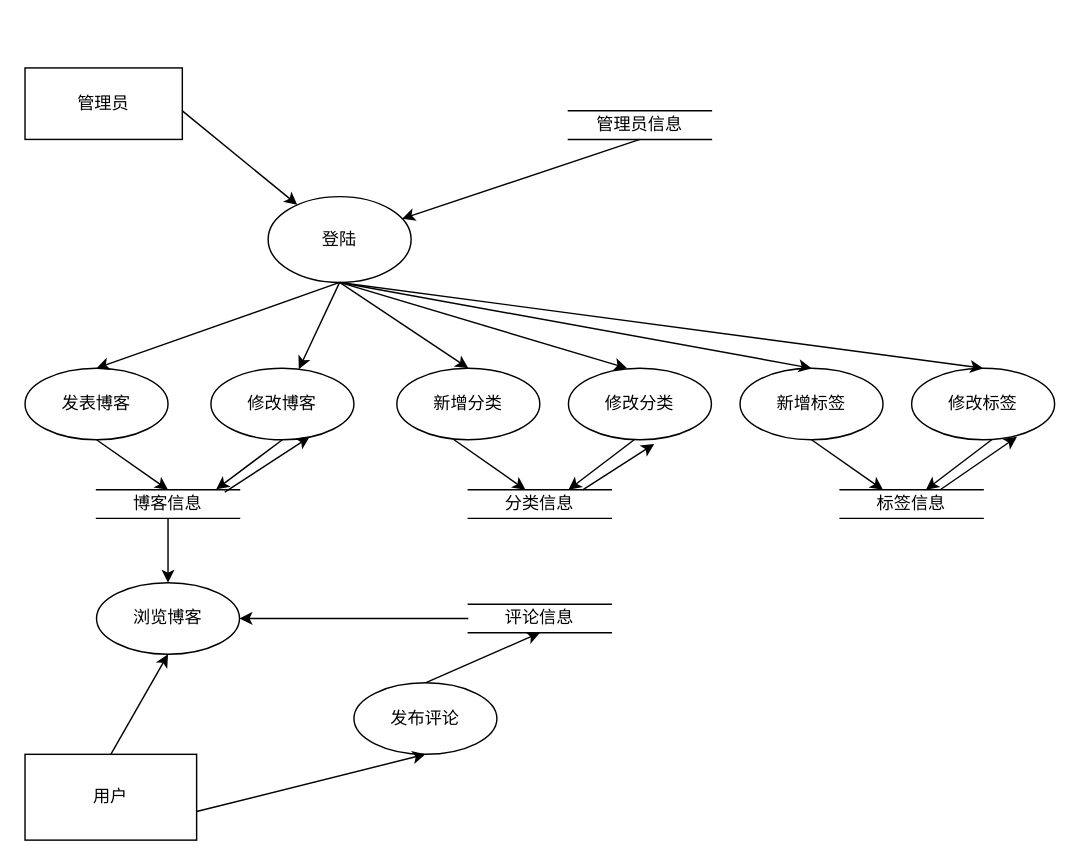
Above: 未命名绘图.drawio in zyl-2000/draw (draw.io), before the change. Source tidied: cells renumbered, new cells numbered last; positions are measured from the earlier drawing's top-left corner, leaving out a move shared by most shapes. Both pictures are drawn from the tidied source at 143%, with x=0, y=0 at pixel (24, 67).
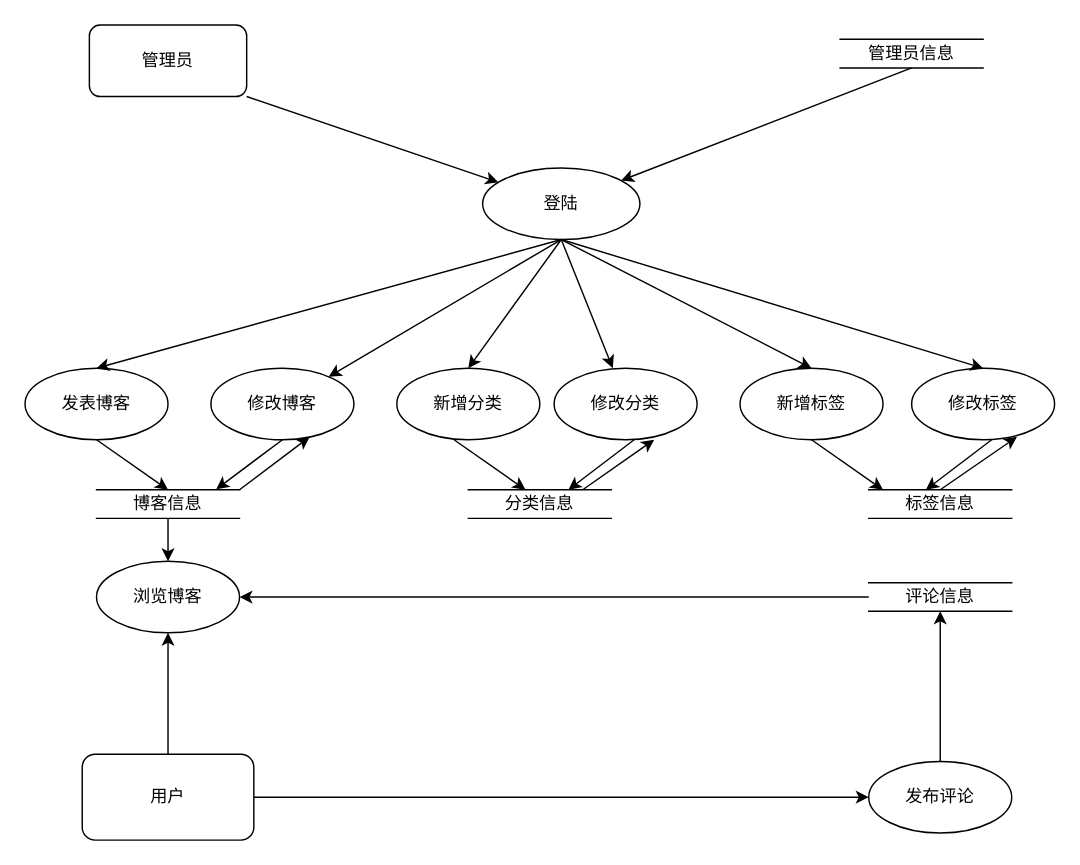
After the change.

Commit message:
博客系统数据流图.drawio

Diff of the diagram source:
```diff
@@
-    <mxCell id="2" value="管理员" style="html=1;whiteSpace=wrap;" parent="1" vertex="1">
-      <mxGeometry width="110" height="50" as="geometry" />
+    <mxCell id="2" value="管理员" style="html=1;whiteSpace=wrap;rounded=1;" parent="1" vertex="1">
+      <mxGeometry x="45" y="-30" width="110" height="50" as="geometry" />
     </mxCell>
-    <mxCell id="3" value="登陆" style="ellipse;whiteSpace=wrap;html=1;" parent="1" vertex="1">
-      <mxGeometry x="170" y="90" width="100" height="60" as="geometry" />
+    <mxCell id="3" value="登陆" style="ellipse;whiteSpace=wrap;html=1;rounded=1;" parent="1" vertex="1">
+      <mxGeometry x="320" y="70" width="110" height="50" as="geometry" />
     </mxCell>
-    <mxCell id="4" value="发表博客" style="ellipse;whiteSpace=wrap;html=1;" parent="1" vertex="1">
+    <mxCell id="4" value="发表博客" style="ellipse;whiteSpace=wrap;html=1;rounded=1;" parent="1" vertex="1">
       <mxGeometry y="210" width="100" height="50" as="geometry" />
     </mxCell>
-    <mxCell id="5" value="修改博客" style="ellipse;whiteSpace=wrap;html=1;" parent="1" vertex="1">
+    <mxCell id="5" value="修改博客" style="ellipse;whiteSpace=wrap;html=1;rounded=1;" parent="1" vertex="1">
       <mxGeometry x="130" y="210" width="100" height="50" as="geometry" />
     </mxCell>
-    <mxCell id="6" value="新增分类" style="ellipse;whiteSpace=wrap;html=1;" parent="1" vertex="1">
+    <mxCell id="6" value="新增分类" style="ellipse;whiteSpace=wrap;html=1;rounded=1;" parent="1" vertex="1">
       <mxGeometry x="260" y="210" width="100" height="50" as="geometry" />
     </mxCell>
-    <mxCell id="7" value="修改分类" style="ellipse;whiteSpace=wrap;html=1;" parent="1" vertex="1">
-      <mxGeometry x="380" y="210" width="100" height="50" as="geometry" />
+    <mxCell id="7" value="修改分类" style="ellipse;whiteSpace=wrap;html=1;rounded=1;" parent="1" vertex="1">
+      <mxGeometry x="370" y="210" width="100" height="50" as="geometry" />
     </mxCell>
-    <mxCell id="8" value="新增标签" style="ellipse;whiteSpace=wrap;html=1;" parent="1" vertex="1">
+    <mxCell id="8" value="新增标签" style="ellipse;whiteSpace=wrap;html=1;rounded=1;" parent="1" vertex="1">
       <mxGeometry x="500" y="210" width="100" height="50" as="geometry" />
     </mxCell>
-    <mxCell id="9" value="修改标签" style="ellipse;whiteSpace=wrap;html=1;" parent="1" vertex="1">
+    <mxCell id="9" value="修改标签" style="ellipse;whiteSpace=wrap;html=1;rounded=1;" parent="1" vertex="1">
       <mxGeometry x="620" y="210" width="100" height="50" as="geometry" />
     </mxCell>
-    <mxCell id="10" value="博客信息" style="shape=partialRectangle;whiteSpace=wrap;html=1;left=0;right=0;fillColor=none;" parent="1" vertex="1">
+    <mxCell id="10" value="博客信息" style="shape=partialRectangle;whiteSpace=wrap;html=1;left=0;right=0;fillColor=none;rounded=1;" parent="1" vertex="1">
       <mxGeometry x="50" y="295" width="100" height="20" as="geometry" />
     </mxCell>
-    <mxCell id="11" value="标签信息" style="shape=partialRectangle;whiteSpace=wrap;html=1;left=0;right=0;fillColor=none;" parent="1" vertex="1">
-      <mxGeometry x="570" y="295" width="100" height="20" as="geometry" />
+    <mxCell id="11" value="标签信息" style="shape=partialRectangle;whiteSpace=wrap;html=1;left=0;right=0;fillColor=none;rounded=1;" parent="1" vertex="1">
+      <mxGeometry x="590" y="295" width="100" height="20" as="geometry" />
     </mxCell>
-    <mxCell id="12" value="分类信息" style="shape=partialRectangle;whiteSpace=wrap;html=1;left=0;right=0;fillColor=none;" parent="1" vertex="1">
+    <mxCell id="12" value="分类信息" style="shape=partialRectangle;whiteSpace=wrap;html=1;left=0;right=0;fillColor=none;rounded=1;" parent="1" vertex="1">
       <mxGeometry x="310" y="295" width="100" height="20" as="geometry" />
     </mxCell>
-    <mxCell id="13" style="endArrow=classic;html=1;rounded=0;" parent="1" edge="1" target="3">
-      <mxGeometry relative="1" as="geometry">
-        <mxPoint x="110" y="30" as="sourcePoint" />
-      </mxGeometry>
+    <mxCell id="13" style="endArrow=classic;html=1;rounded=1;exitX=1;exitY=1;exitDx=0;exitDy=0;" parent="1" edge="1" source="2" target="3">
+      <mxGeometry relative="1" as="geometry" />
     </mxCell>
-    <mxCell id="14" style="endArrow=classic;html=1;rounded=0;entryX=0.5;entryY=0;entryDx=0;entryDy=0;" parent="1" edge="1" target="4">
-      <mxGeometry relative="1" as="geometry">
-        <mxPoint x="220" y="150" as="sourcePoint" />
-      </mxGeometry>
+    <mxCell id="14" style="endArrow=classic;html=1;rounded=1;entryX=0.5;entryY=0;entryDx=0;entryDy=0;exitX=0.5;exitY=1;exitDx=0;exitDy=0;" parent="1" edge="1" source="3" target="4">
+      <mxGeometry relative="1" as="geometry" />
     </mxCell>
-    <mxCell id="15" style="endArrow=classic;html=1;rounded=0;" parent="1" edge="1" target="5">
-      <mxGeometry relative="1" as="geometry">
-        <mxPoint x="220" y="150" as="sourcePoint" />
-      </mxGeometry>
+    <mxCell id="15" style="endArrow=classic;html=1;rounded=1;exitX=0.5;exitY=1;exitDx=0;exitDy=0;" parent="1" edge="1" source="3" target="5">
+      <mxGeometry relative="1" as="geometry" />
     </mxCell>
-    <mxCell id="16" style="endArrow=classic;html=1;rounded=0;entryX=0.41;entryY=0;entryDx=0;entryDy=0;entryPerimeter=0;" parent="1" edge="1" target="7">
-      <mxGeometry relative="1" as="geometry">
-        <mxPoint x="220" y="150" as="sourcePoint" />
-      </mxGeometry>
+    <mxCell id="16" style="endArrow=classic;html=1;rounded=1;entryX=0.41;entryY=0;entryDx=0;entryDy=0;entryPerimeter=0;exitX=0.5;exitY=1;exitDx=0;exitDy=0;" parent="1" edge="1" source="3" target="7">
+      <mxGeometry relative="1" as="geometry" />
     </mxCell>
-    <mxCell id="17" style="endArrow=classic;html=1;rounded=0;entryX=0.5;entryY=0;entryDx=0;entryDy=0;exitX=0.5;exitY=1;exitDx=0;exitDy=0;" parent="1" edge="1" source="3" target="6">
+    <mxCell id="17" style="endArrow=classic;html=1;rounded=1;entryX=0.5;entryY=0;entryDx=0;entryDy=0;exitX=0.5;exitY=1;exitDx=0;exitDy=0;" parent="1" edge="1" source="3" target="6">
       <mxGeometry relative="1" as="geometry" />
     </mxCell>
-    <mxCell id="18" style="endArrow=classic;html=1;rounded=0;entryX=0.5;entryY=0;entryDx=0;entryDy=0;" parent="1" edge="1" target="9">
-      <mxGeometry relative="1" as="geometry">
-        <mxPoint x="220" y="150" as="sourcePoint" />
-      </mxGeometry>
+    <mxCell id="18" style="endArrow=classic;html=1;rounded=1;entryX=0.5;entryY=0;entryDx=0;entryDy=0;exitX=0.5;exitY=1;exitDx=0;exitDy=0;" parent="1" edge="1" source="3" target="9">
+      <mxGeometry relative="1" as="geometry" />
     </mxCell>
-    <mxCell id="19" style="endArrow=classic;html=1;rounded=0;entryX=0.5;entryY=0;entryDx=0;entryDy=0;" parent="1" edge="1" target="8">
-      <mxGeometry relative="1" as="geometry">
-        <mxPoint x="220" y="150" as="sourcePoint" />
-      </mxGeometry>
+    <mxCell id="19" style="endArrow=classic;html=1;rounded=1;entryX=0.5;entryY=0;entryDx=0;entryDy=0;exitX=0.5;exitY=1;exitDx=0;exitDy=0;" parent="1" edge="1" source="3" target="8">
+      <mxGeometry relative="1" as="geometry" />
     </mxCell>
-    <mxCell id="20" style="endArrow=classic;html=1;rounded=0;entryX=0.5;entryY=0;entryDx=0;entryDy=0;exitX=0.5;exitY=1;exitDx=0;exitDy=0;" parent="1" edge="1" source="4" target="10">
+    <mxCell id="20" style="endArrow=classic;html=1;rounded=1;entryX=0.5;entryY=0;entryDx=0;entryDy=0;exitX=0.5;exitY=1;exitDx=0;exitDy=0;" parent="1" edge="1" source="4" target="10">
       <mxGeometry relative="1" as="geometry" />
     </mxCell>
-    <mxCell id="21" style="endArrow=classic;html=1;rounded=0;entryX=0.837;entryY=-0.017;entryDx=0;entryDy=0;entryPerimeter=0;" parent="1" edge="1" target="10">
+    <mxCell id="21" style="endArrow=classic;html=1;rounded=1;entryX=0.837;entryY=-0.017;entryDx=0;entryDy=0;entryPerimeter=0;" parent="1" edge="1" target="10">
       <mxGeometry relative="1" as="geometry">
         <mxPoint x="180" y="260" as="sourcePoint" />
       </mxGeometry>
     </mxCell>
-    <mxCell id="22" style="endArrow=classic;html=1;rounded=0;exitX=0.897;exitY=0.083;exitDx=0;exitDy=0;exitPerimeter=0;entryX=0.69;entryY=0.96;entryDx=0;entryDy=0;entryPerimeter=0;" parent="1" edge="1" source="10" target="5">
+    <mxCell id="22" style="endArrow=classic;html=1;rounded=1;exitX=1;exitY=0;exitDx=0;exitDy=0;entryX=0.69;entryY=0.96;entryDx=0;entryDy=0;entryPerimeter=0;" parent="1" edge="1" source="10" target="5">
       <mxGeometry relative="1" as="geometry" />
     </mxCell>
-    <mxCell id="23" style="endArrow=classic;html=1;rounded=0;entryX=0.5;entryY=0;entryDx=0;entryDy=0;exitX=0.5;exitY=1;exitDx=0;exitDy=0;" parent="1" edge="1">
+    <mxCell id="23" style="endArrow=classic;html=1;rounded=1;entryX=0.5;entryY=0;entryDx=0;entryDy=0;exitX=0.5;exitY=1;exitDx=0;exitDy=0;" parent="1" edge="1">
       <mxGeometry relative="1" as="geometry">
         <mxPoint x="300" y="260" as="sourcePoint" />
         <mxPoint x="350" y="295" as="targetPoint" />
       </mxGeometry>
     </mxCell>
-    <mxCell id="24" style="endArrow=classic;html=1;rounded=0;entryX=0.837;entryY=-0.017;entryDx=0;entryDy=0;entryPerimeter=0;" parent="1" edge="1">
+    <mxCell id="24" style="endArrow=classic;html=1;rounded=1;entryX=0.837;entryY=-0.017;entryDx=0;entryDy=0;entryPerimeter=0;" parent="1" edge="1">
       <mxGeometry relative="1" as="geometry">
         <mxPoint x="426" y="260" as="sourcePoint" />
         <mxPoint x="380" y="295" as="targetPoint" />
       </mxGeometry>
     </mxCell>
-    <mxCell id="25" style="endArrow=classic;html=1;rounded=0;exitX=0.897;exitY=0.083;exitDx=0;exitDy=0;exitPerimeter=0;" parent="1" edge="1">
+    <mxCell id="25" style="endArrow=classic;html=1;rounded=1;exitX=0.897;exitY=0.083;exitDx=0;exitDy=0;exitPerimeter=0;entryX=0.7;entryY=1;entryDx=0;entryDy=0;entryPerimeter=0;" parent="1" edge="1" target="7">
       <mxGeometry relative="1" as="geometry">
         <mxPoint x="390" y="295" as="sourcePoint" />
-        <mxPoint x="440" y="263" as="targetPoint" />
       </mxGeometry>
     </mxCell>
-    <mxCell id="26" style="endArrow=classic;html=1;rounded=0;entryX=0.837;entryY=-0.017;entryDx=0;entryDy=0;entryPerimeter=0;" parent="1" edge="1">
+    <mxCell id="26" style="endArrow=classic;html=1;rounded=1;entryX=0.837;entryY=-0.017;entryDx=0;entryDy=0;entryPerimeter=0;" parent="1" edge="1">
       <mxGeometry relative="1" as="geometry">
         <mxPoint x="676" y="260" as="sourcePoint" />
         <mxPoint x="630" y="295" as="targetPoint" />
       </mxGeometry>
     </mxCell>
-    <mxCell id="27" style="endArrow=classic;html=1;rounded=0;exitX=0.897;exitY=0.083;exitDx=0;exitDy=0;exitPerimeter=0;entryX=0.737;entryY=0.96;entryDx=0;entryDy=0;entryPerimeter=0;" parent="1" edge="1" target="9">
+    <mxCell id="27" style="endArrow=classic;html=1;rounded=1;exitX=0.897;exitY=0.083;exitDx=0;exitDy=0;exitPerimeter=0;entryX=0.737;entryY=0.96;entryDx=0;entryDy=0;entryPerimeter=0;" parent="1" edge="1" target="9">
       <mxGeometry relative="1" as="geometry">
         <mxPoint x="640" y="295" as="sourcePoint" />
       </mxGeometry>
     </mxCell>
-    <mxCell id="28" style="endArrow=classic;html=1;rounded=0;entryX=0.5;entryY=0;entryDx=0;entryDy=0;exitX=0.5;exitY=1;exitDx=0;exitDy=0;" parent="1" edge="1">
+    <mxCell id="28" style="endArrow=classic;html=1;rounded=1;entryX=0.5;entryY=0;entryDx=0;entryDy=0;exitX=0.5;exitY=1;exitDx=0;exitDy=0;" parent="1" edge="1">
       <mxGeometry relative="1" as="geometry">
         <mxPoint x="550" y="260" as="sourcePoint" />
         <mxPoint x="600" y="295" as="targetPoint" />
       </mxGeometry>
     </mxCell>
-    <mxCell id="29" value="管理员信息" style="shape=partialRectangle;whiteSpace=wrap;html=1;left=0;right=0;fillColor=none;" parent="1" vertex="1">
-      <mxGeometry x="380" y="30" width="100" height="20" as="geometry" />
+    <mxCell id="29" value="管理员信息" style="shape=partialRectangle;whiteSpace=wrap;html=1;left=0;right=0;fillColor=none;rounded=1;" parent="1" vertex="1">
+      <mxGeometry x="570" y="-20" width="100" height="20" as="geometry" />
     </mxCell>
-    <mxCell id="30" style="endArrow=classic;html=1;rounded=0;exitX=0.5;exitY=1;exitDx=0;exitDy=0;" parent="1" edge="1" source="29" target="3">
+    <mxCell id="30" style="endArrow=classic;html=1;rounded=1;exitX=0.5;exitY=1;exitDx=0;exitDy=0;" parent="1" edge="1" source="29" target="3">
       <mxGeometry relative="1" as="geometry" />
     </mxCell>
-    <mxCell id="31" value="用户" style="rounded=0;whiteSpace=wrap;html=1;" parent="1" vertex="1">
-      <mxGeometry y="480" width="120" height="60" as="geometry" />
+    <mxCell id="31" value="用户" style="rounded=1;whiteSpace=wrap;html=1;" parent="1" vertex="1">
+      <mxGeometry x="40" y="480" width="120" height="60" as="geometry" />
     </mxCell>
-    <mxCell id="32" value="浏览博客" style="ellipse;whiteSpace=wrap;html=1;" parent="1" vertex="1">
-      <mxGeometry x="50" y="360" width="100" height="50" as="geometry" />
+    <mxCell id="32" value="浏览博客" style="ellipse;whiteSpace=wrap;html=1;rounded=1;" parent="1" vertex="1">
+      <mxGeometry x="50" y="345" width="100" height="50" as="geometry" />
     </mxCell>
-    <mxCell id="33" style="endArrow=classic;html=1;rounded=0;entryX=0.5;entryY=1;entryDx=0;entryDy=0;exitX=0.5;exitY=0;exitDx=0;exitDy=0;" parent="1" edge="1" source="31" target="32">
+    <mxCell id="33" style="endArrow=classic;html=1;rounded=1;entryX=0.5;entryY=1;entryDx=0;entryDy=0;exitX=0.5;exitY=0;exitDx=0;exitDy=0;" parent="1" edge="1" source="31" target="32">
       <mxGeometry relative="1" as="geometry" />
     </mxCell>
-    <mxCell id="34" style="endArrow=classic;html=1;rounded=0;entryX=0.5;entryY=0;entryDx=0;entryDy=0;exitX=0.5;exitY=1;exitDx=0;exitDy=0;" parent="1" edge="1" source="10" target="32">
+    <mxCell id="34" style="endArrow=classic;html=1;rounded=1;entryX=0.5;entryY=0;entryDx=0;entryDy=0;exitX=0.5;exitY=1;exitDx=0;exitDy=0;" parent="1" edge="1" source="10" target="32">
       <mxGeometry relative="1" as="geometry" />
     </mxCell>
-    <mxCell id="35" value="评论信息" style="shape=partialRectangle;whiteSpace=wrap;html=1;left=0;right=0;fillColor=none;" parent="1" vertex="1">
-      <mxGeometry x="310" y="375" width="100" height="20" as="geometry" />
+    <mxCell id="35" value="评论信息" style="shape=partialRectangle;whiteSpace=wrap;html=1;left=0;right=0;fillColor=none;rounded=1;" parent="1" vertex="1">
+      <mxGeometry x="590" y="360" width="100" height="20" as="geometry" />
     </mxCell>
-    <mxCell id="36" value="发布评论" style="ellipse;whiteSpace=wrap;html=1;" parent="1" vertex="1">
-      <mxGeometry x="230" y="430" width="100" height="50" as="geometry" />
+    <mxCell id="36" value="发布评论" style="ellipse;whiteSpace=wrap;html=1;rounded=1;" parent="1" vertex="1">
+      <mxGeometry x="590" y="485" width="100" height="50" as="geometry" />
     </mxCell>
-    <mxCell id="37" style="endArrow=classic;html=1;rounded=0;entryX=0.5;entryY=1;entryDx=0;entryDy=0;exitX=0.5;exitY=0;exitDx=0;exitDy=0;" parent="1" edge="1" target="36">
-      <mxGeometry relative="1" as="geometry">
-        <mxPoint x="120" y="520" as="sourcePoint" />
-      </mxGeometry>
+    <mxCell id="37" style="endArrow=classic;html=1;rounded=1;entryX=0;entryY=0.5;entryDx=0;entryDy=0;exitX=1;exitY=0.5;exitDx=0;exitDy=0;" parent="1" edge="1" source="31" target="36">
+      <mxGeometry relative="1" as="geometry" />
     </mxCell>
-    <mxCell id="38" style="endArrow=classic;html=1;rounded=0;entryX=0.5;entryY=1;entryDx=0;entryDy=0;exitX=0.5;exitY=0;exitDx=0;exitDy=0;" parent="1" edge="1" source="36" target="35">
+    <mxCell id="38" style="endArrow=classic;html=1;rounded=1;entryX=0.5;entryY=1;entryDx=0;entryDy=0;exitX=0.5;exitY=0;exitDx=0;exitDy=0;" parent="1" edge="1" source="36" target="35">
       <mxGeometry relative="1" as="geometry" />
     </mxCell>
-    <mxCell id="39" style="endArrow=classic;html=1;rounded=0;entryX=1;entryY=0.5;entryDx=0;entryDy=0;exitX=0;exitY=0.5;exitDx=0;exitDy=0;" parent="1" edge="1" source="35" target="32">
+    <mxCell id="39" style="endArrow=classic;html=1;rounded=1;entryX=1;entryY=0.5;entryDx=0;entryDy=0;exitX=0;exitY=0.5;exitDx=0;exitDy=0;" parent="1" edge="1" source="35" target="32">
       <mxGeometry relative="1" as="geometry" />
     </mxCell>
```
